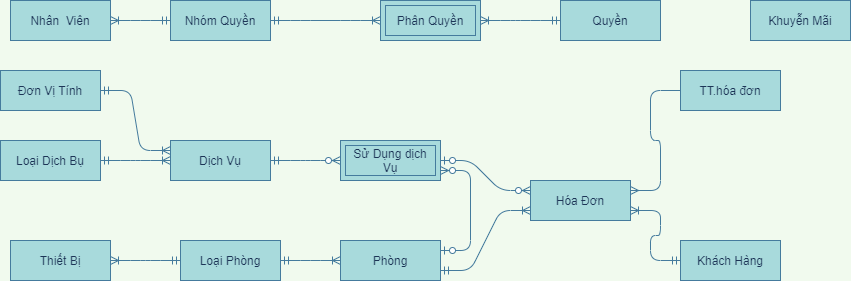
maialino123/QLKS keeps this draw.io diagram as EntityRelationship-QLKS.png. Above is the earlier version. Source tidied: cells renumbered, new cells last; positions are measured from the earlier drawing's top-left corner, leaving out a move shared by most shapes.
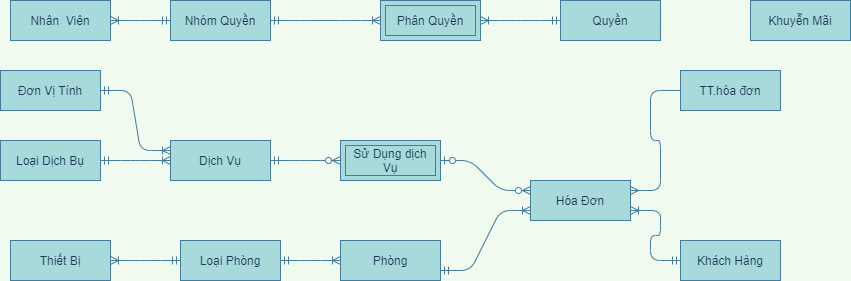
The same file after the commit.

What changed in the source:
```diff
@@ -83,8 +83,5 @@
     <mxCell id="28" style="edgeStyle=entityRelationEdgeStyle;fontSize=12;html=1;endArrow=ERzeroToMany;startArrow=ERzeroToOne;entryX=0;entryY=0.25;entryDx=0;entryDy=0;labelBackgroundColor=#F1FAEE;strokeColor=#457B9D;fontColor=#1D3557;exitX=1;exitY=0.5;exitDx=0;exitDy=0;" parent="1" edge="1" source="6" target="20">
       <mxGeometry relative="1" as="geometry" />
     </mxCell>
-    <mxCell id="29" style="edgeStyle=entityRelationEdgeStyle;fontSize=12;html=1;endArrow=ERzeroToMany;startArrow=ERzeroToOne;labelBackgroundColor=#F1FAEE;strokeColor=#457B9D;fontColor=#1D3557;exitX=1;exitY=0.25;exitDx=0;exitDy=0;entryX=1;entryY=0.75;entryDx=0;entryDy=0;" parent="1" edge="1" source="18" target="6">
-      <mxGeometry relative="1" as="geometry" />
-    </mxCell>
   </root>
 </mxGraphModel>
```
